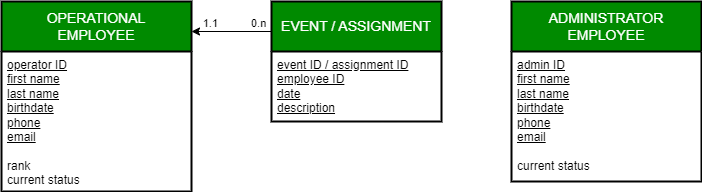
Before: documentation/ER_model_diagram/ER_model.png, a diagram exported from draw.io (alessandropanzieri/GSS-Exprivia-project). Source tidied: cells renumbered, new cells last; positions are measured from the earlier drawing's top-left corner, leaving out a move shared by most shapes. Its diagram source:
```xml
<mxGraphModel background="#ffffff">
  <root>
    <mxCell id="0" />
    <mxCell id="1" parent="0" />
    <mxCell id="2" value="OPERATIONAL&lt;br&gt;EMPLOYEE" style="swimlane;horizontal=1;startSize=50;rounded=0;fontSize=14;fontStyle=0;strokeWidth=2;shadow=0;dashed=0;align=center;arcSize=4;whiteSpace=wrap;html=1;fillColor=#008a00;fontColor=#ffffff;strokeColor=#000000;swimlaneFillColor=#FFFFFF;" parent="1" vertex="1">
      <mxGeometry width="190" height="190" as="geometry" />
    </mxCell>
    <mxCell id="3" value="&lt;font color=&quot;#000000&quot;&gt;&lt;u&gt;operator ID&lt;/u&gt;&lt;br&gt;&lt;u&gt;first name&lt;br&gt;last name&lt;br&gt;birthdate&lt;br&gt;phone&lt;br&gt;email&lt;br&gt;&lt;/u&gt;&lt;br&gt;rank&lt;br&gt;current status&lt;/font&gt;" style="align=left;strokeColor=none;fillColor=none;spacingLeft=4;fontSize=12;verticalAlign=top;html=1;" parent="2" vertex="1">
      <mxGeometry y="50" width="190" height="140" as="geometry" />
    </mxCell>
    <mxCell id="4" value="EVENT / ASSIGNMENT" style="swimlane;horizontal=1;startSize=50;rounded=0;fontSize=14;fontStyle=0;strokeWidth=2;shadow=0;dashed=0;align=center;arcSize=4;whiteSpace=wrap;html=1;fillColor=#008a00;fontColor=#ffffff;strokeColor=#000000;swimlaneFillColor=#FFFFFF;" parent="1" vertex="1">
      <mxGeometry x="270" width="170" height="120" as="geometry" />
    </mxCell>
    <mxCell id="5" value="&lt;font style=&quot;&quot; color=&quot;#000000&quot;&gt;&lt;u&gt;event ID / assignment ID&lt;br&gt;employee ID&lt;br&gt;date&lt;br&gt;description&lt;/u&gt;&lt;/font&gt;" style="align=left;strokeColor=none;fillColor=none;spacingLeft=4;fontSize=12;verticalAlign=top;html=1;" parent="4" vertex="1">
      <mxGeometry y="50" width="170" height="70" as="geometry" />
    </mxCell>
    <mxCell id="6" style="endArrow=classic;html=1;rounded=0;strokeColor=#000000;" parent="1" edge="1">
      <mxGeometry relative="1" as="geometry">
        <mxPoint x="270" y="30" as="sourcePoint" />
        <mxPoint x="190" y="30" as="targetPoint" />
      </mxGeometry>
    </mxCell>
    <mxCell id="7" value="0.n" style="edgeLabel;html=1;align=left;verticalAlign=bottom;labelBackgroundColor=none;fontColor=#000000;" parent="6" vertex="1">
      <mxGeometry x="-1" relative="1" as="geometry">
        <mxPoint x="-22" as="offset" />
      </mxGeometry>
    </mxCell>
    <mxCell id="8" value="1.1" style="edgeLabel;html=1;align=right;verticalAlign=bottom;labelBackgroundColor=none;fontColor=#000000;" parent="6" vertex="1">
      <mxGeometry x="1" relative="1" as="geometry">
        <mxPoint x="27" as="offset" />
      </mxGeometry>
    </mxCell>
    <mxCell id="9" value="ADMINISTRATOR EMPLOYEE" style="swimlane;horizontal=1;startSize=50;rounded=0;fontSize=14;fontStyle=0;strokeWidth=2;shadow=0;dashed=0;align=center;arcSize=4;whiteSpace=wrap;html=1;fillColor=#008a00;fontColor=#ffffff;strokeColor=#000000;swimlaneFillColor=#FFFFFF;" parent="1" vertex="1">
      <mxGeometry x="510" width="190" height="180" as="geometry" />
    </mxCell>
    <mxCell id="10" value="&lt;font color=&quot;#000000&quot;&gt;&lt;u&gt;admin ID&lt;br&gt;&lt;/u&gt;&lt;u&gt;first name&lt;br&gt;last name&lt;br&gt;birthdate&lt;br&gt;phone&lt;br&gt;email&lt;br&gt;&lt;/u&gt;&lt;br&gt;current status&lt;/font&gt;" style="align=left;strokeColor=none;fillColor=none;spacingLeft=4;fontSize=12;verticalAlign=top;html=1;" parent="9" vertex="1">
      <mxGeometry y="50" width="190" height="130" as="geometry" />
    </mxCell>
  </root>
</mxGraphModel>
```
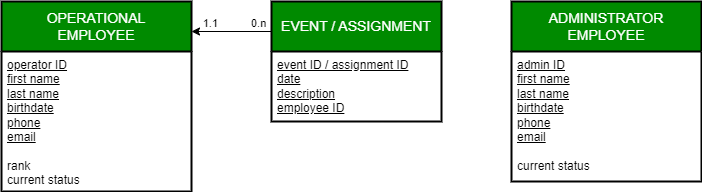
After the change.

The edit, as a diff of the source:
```diff
@@ -11,7 +11,7 @@
     <mxCell id="4" value="EVENT / ASSIGNMENT" style="swimlane;horizontal=1;startSize=50;rounded=0;fontSize=14;fontStyle=0;strokeWidth=2;shadow=0;dashed=0;align=center;arcSize=4;whiteSpace=wrap;html=1;fillColor=#008a00;fontColor=#ffffff;strokeColor=#000000;swimlaneFillColor=#FFFFFF;" parent="1" vertex="1">
       <mxGeometry x="270" width="170" height="120" as="geometry" />
     </mxCell>
-    <mxCell id="5" value="&lt;font style=&quot;&quot; color=&quot;#000000&quot;&gt;&lt;u&gt;event ID / assignment ID&lt;br&gt;employee ID&lt;br&gt;date&lt;br&gt;description&lt;/u&gt;&lt;/font&gt;" style="align=left;strokeColor=none;fillColor=none;spacingLeft=4;fontSize=12;verticalAlign=top;html=1;" parent="4" vertex="1">
+    <mxCell id="5" value="&lt;font style=&quot;&quot; color=&quot;#000000&quot;&gt;&lt;u&gt;event ID / assignment ID&lt;br&gt;&lt;/u&gt;&lt;/font&gt;&lt;u style=&quot;color: rgb(0, 0, 0);&quot;&gt;date&lt;/u&gt;&lt;font style=&quot;&quot; color=&quot;#000000&quot;&gt;&lt;u&gt;&lt;br&gt;description&lt;br&gt;&lt;/u&gt;&lt;/font&gt;&lt;u style=&quot;color: rgb(0, 0, 0);&quot;&gt;employee ID&lt;/u&gt;&lt;u style=&quot;color: rgb(0, 0, 0);&quot;&gt;&lt;br&gt;&lt;/u&gt;" style="align=left;strokeColor=none;fillColor=none;spacingLeft=4;fontSize=12;verticalAlign=top;html=1;" parent="4" vertex="1">
       <mxGeometry y="50" width="170" height="70" as="geometry" />
     </mxCell>
     <mxCell id="6" style="endArrow=classic;html=1;rounded=0;strokeColor=#000000;" parent="1" edge="1">
```
